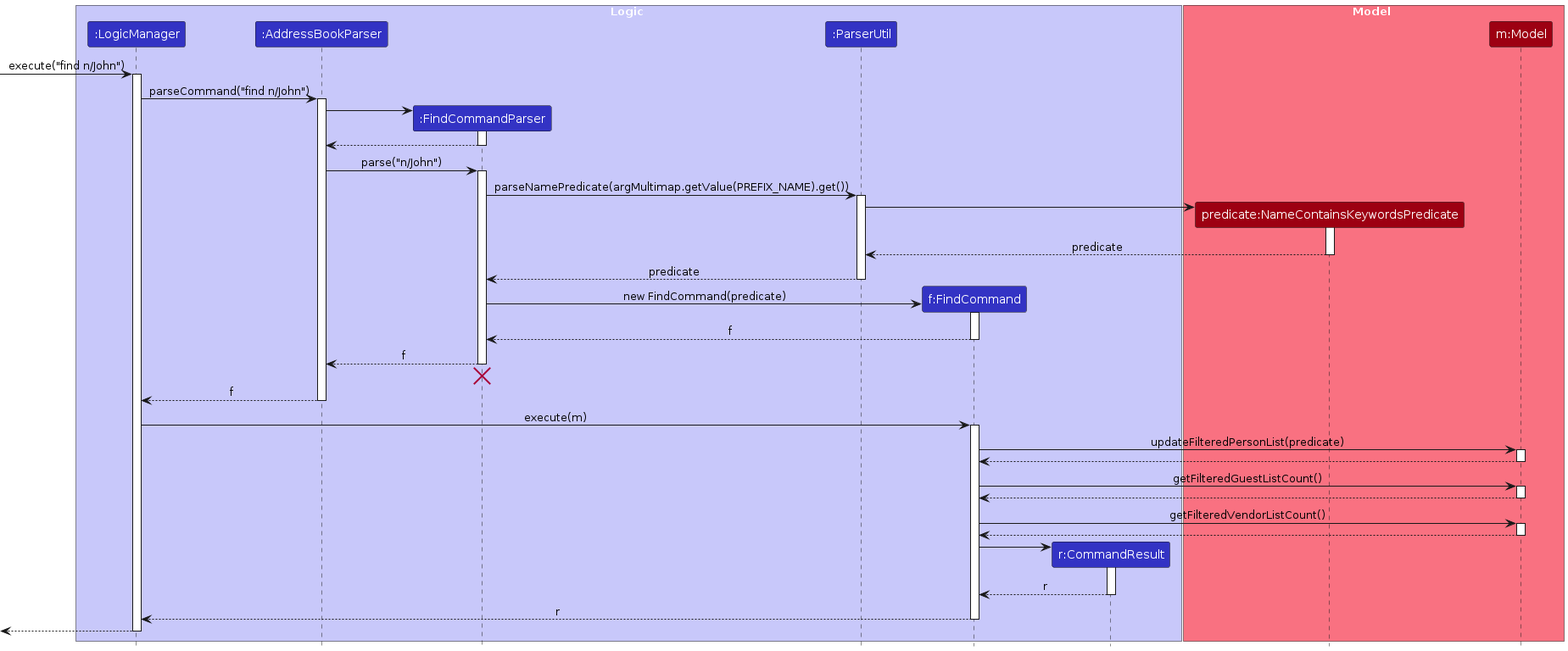
Before: diagrams/FindSequenceDiagram.png, a diagram exported from PlantUML (AY2425S1-CS2103T-F09-3/tp). Its source is kept beside it as diagrams/FindSequenceDiagram.puml. Its diagram source:
```plantuml
@startuml
!include style.puml
skinparam ArrowFontStyle plain

box Logic LOGIC_COLOR_T1
participant ":LogicManager" as LogicManager LOGIC_COLOR
participant ":AddressBookParser" as AddressBookParser LOGIC_COLOR
participant ":FindCommandParser" as FindCommandParser LOGIC_COLOR
participant ":ParserUtil" as ParserUtil LOGIC_COLOR
participant "f:FindCommand" as FindCommand LOGIC_COLOR
participant "r:CommandResult" as CommandResult LOGIC_COLOR
end box

box Model MODEL_COLOR_T1
participant "predicate:NameContainsKeywordsPredicate" as NameContainsKeywordsPredicate MODEL_COLOR
participant "m:Model" as Model MODEL_COLOR
end box

[-> LogicManager : execute("find n/John")
activate LogicManager

LogicManager -> AddressBookParser : parseCommand("find n/John")
activate AddressBookParser

create FindCommandParser
AddressBookParser -> FindCommandParser
activate FindCommandParser

FindCommandParser --> AddressBookParser
deactivate FindCommandParser

AddressBookParser -> FindCommandParser : parse("n/John")
activate FindCommandParser

FindCommandParser -> ParserUtil : parseNamePredicate(argMultimap.getValue(PREFIX_NAME).get())
activate ParserUtil

create NameContainsKeywordsPredicate
ParserUtil -> NameContainsKeywordsPredicate
activate NameContainsKeywordsPredicate

NameContainsKeywordsPredicate --> ParserUtil : predicate
deactivate NameContainsKeywordsPredicate

ParserUtil --> FindCommandParser : predicate
deactivate ParserUtil

create FindCommand
FindCommandParser -> FindCommand : new FindCommand(predicate)
activate FindCommand

FindCommand --> FindCommandParser : f
deactivate FindCommand

FindCommandParser --> AddressBookParser : f
deactivate FindCommandParser
FindCommandParser -[hidden]-> AddressBookParser
destroy FindCommandParser

AddressBookParser --> LogicManager : f
deactivate AddressBookParser

LogicManager -> FindCommand : execute(m)
activate FindCommand

FindCommand -> Model : updateFilteredPersonList(predicate)
activate Model

Model --> FindCommand
deactivate Model

FindCommand -> Model : getFilteredGuestListCount()
activate Model

Model --> FindCommand
deactivate Model

FindCommand -> Model : getFilteredVendorListCount()
activate Model

Model --> FindCommand
deactivate Model

create CommandResult
FindCommand -> CommandResult
activate CommandResult

CommandResult --> FindCommand : r
deactivate CommandResult

FindCommand --> LogicManager : r
deactivate FindCommand

[<--LogicManager
deactivate LogicManager
@enduml
```
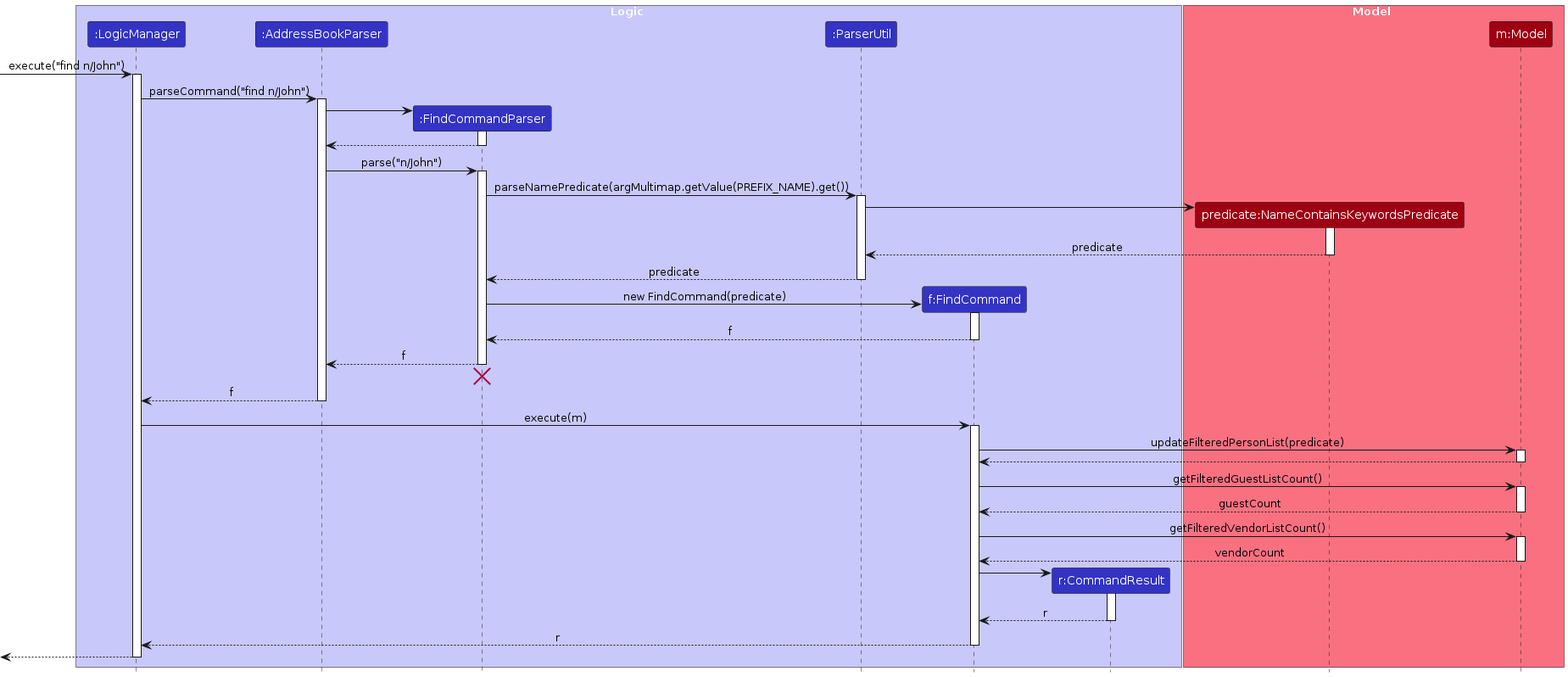
Later version of the same file.

What changed in the source:
```diff
@@ -72,13 +72,13 @@
 FindCommand -> Model : getFilteredGuestListCount()
 activate Model
 
-Model --> FindCommand
+Model --> FindCommand : guestCount
 deactivate Model
 
 FindCommand -> Model : getFilteredVendorListCount()
 activate Model
 
-Model --> FindCommand
+Model --> FindCommand : vendorCount
 deactivate Model
 
 create CommandResult
```
